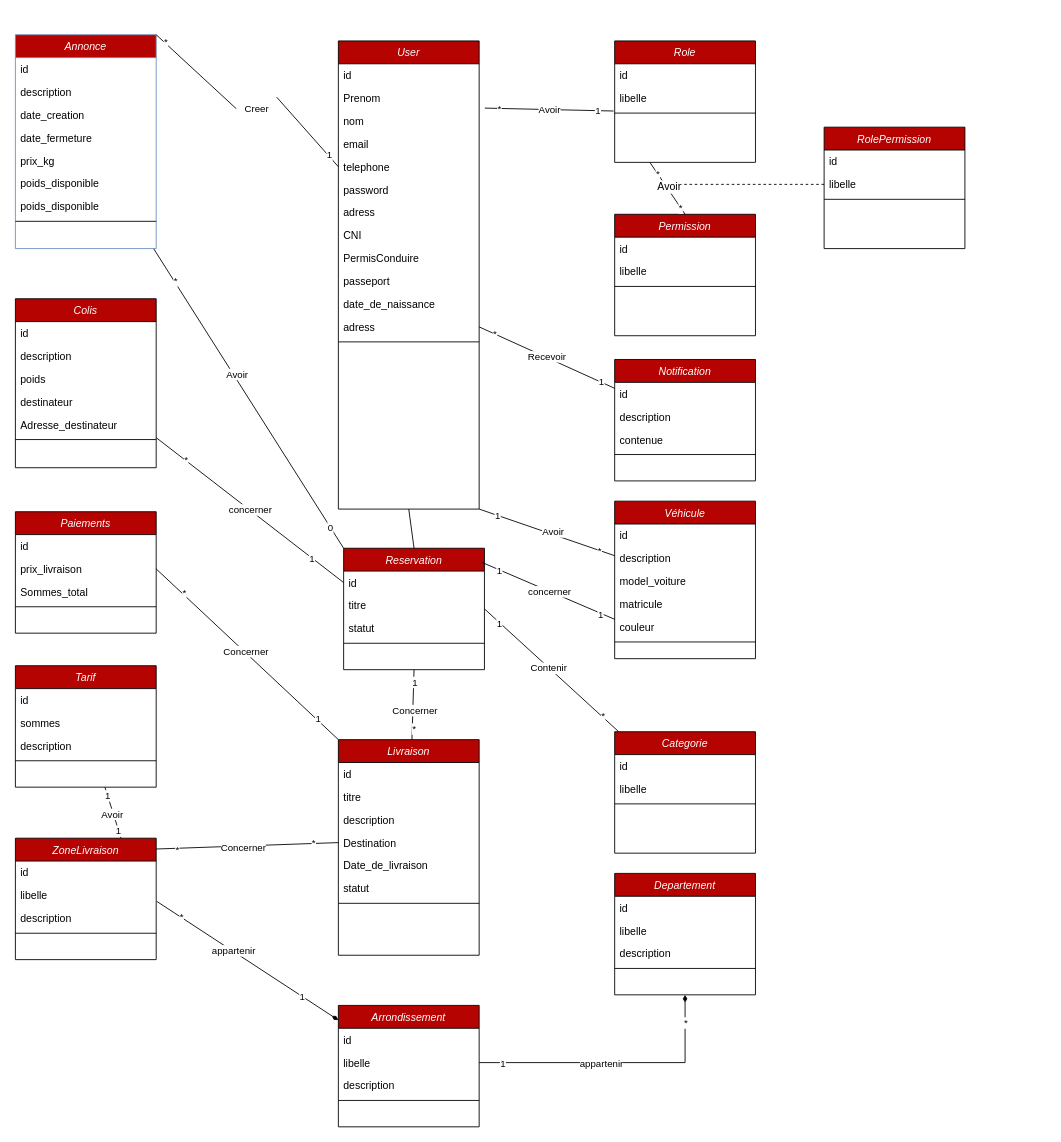
The draw.io diagram page "DiagrammeDeClasses" (1 of 6) of Diagramme sans nom.drawio in BounAbdallah/tuto, before the edit. Source tidied: cells renumbered, new cells numbered last; positions are measured from the earlier drawing's top-left corner, leaving out a move shared by most shapes. Both pictures are drawn from the tidied source at 88%, with x=0, y=0 at pixel (15, 34).
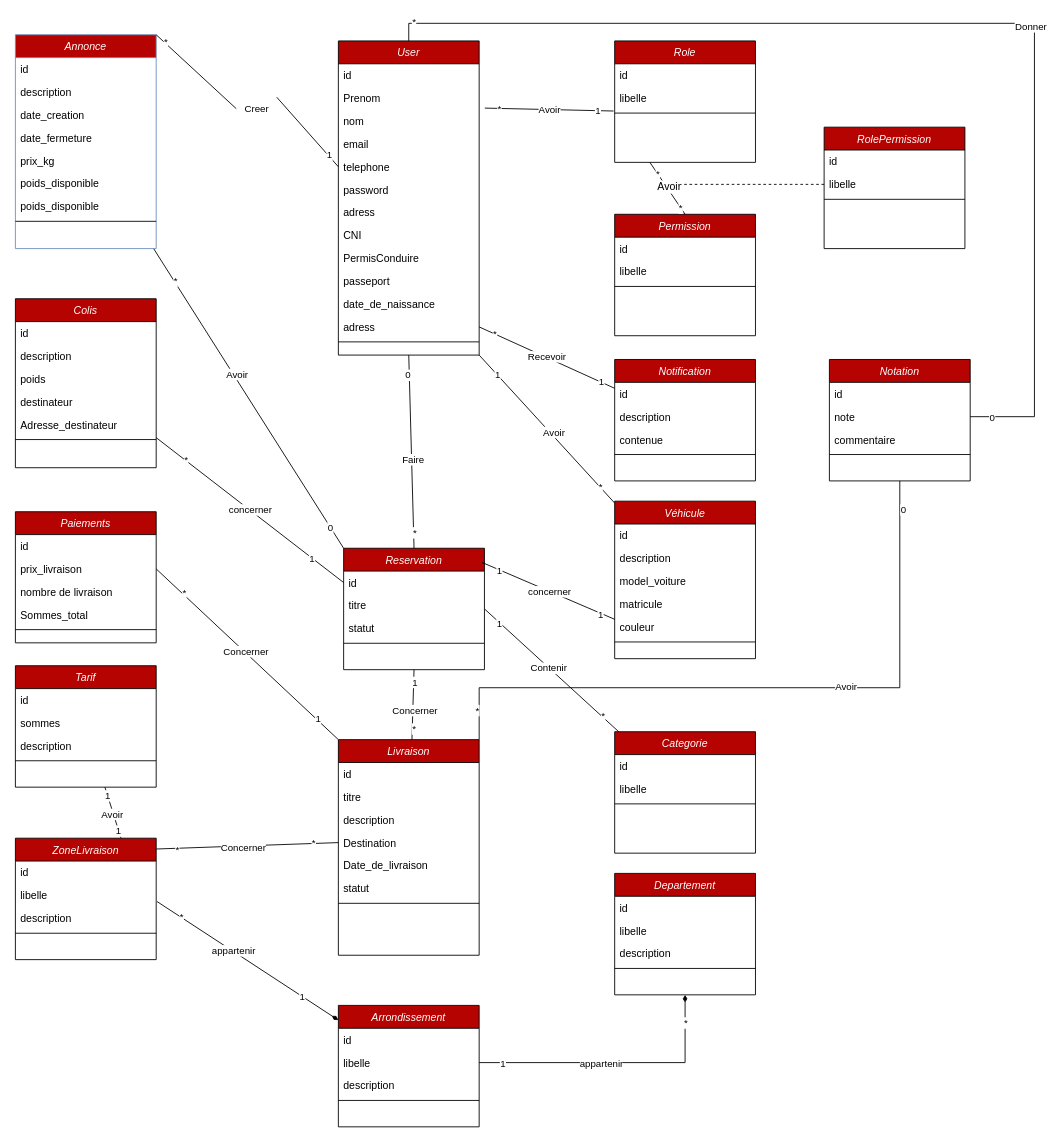
After the change.

The change refers to these unchanged cells:
```xml
<mxCell id="47" value="Livraison" style="swimlane;fontStyle=2;align=center;verticalAlign=top;horizontal=1;startSize=26;rounded=0;shadow=0;strokeWidth=1;fillColor=#B50302;fontColor=#FFFFFF;" parent="1" vertex="1">
  <mxGeometry x="367" y="801" width="160" height="245" as="geometry" />
</mxCell>
<mxCell id="81" style="rounded=0;jettySize=auto;html=1;exitX=0.5;exitY=1;exitDx=0;exitDy=0;entryX=0.5;entryY=0;entryDx=0;entryDy=0;endArrow=none;endFill=0;" parent="1" edge="1" source="82" target="55">
  <mxGeometry relative="1" as="geometry" />
</mxCell>
```

The edit, as a diff of the source:
```diff
@@
     <mxCell id="29" value="Paiements" style="swimlane;fontStyle=2;align=center;verticalAlign=top;horizontal=1;startSize=26;rounded=0;shadow=0;strokeWidth=1;fillColor=#B50302;fontColor=#FFFFFF;" parent="1" vertex="1">
-      <mxGeometry y="542" width="160" height="138" as="geometry" />
+      <mxGeometry y="542" width="160" height="149" as="geometry" />
     </mxCell>
@@
-    <mxCell id="32" value="Sommes_total" style="text;align=left;verticalAlign=top;spacingLeft=4;spacingRight=4;overflow=hidden;rounded=0;shadow=0;html=0;" parent="29" vertex="1">
+    <mxCell id="32" value="nombre de livraison" style="text;align=left;verticalAlign=top;spacingLeft=4;spacingRight=4;overflow=hidden;rounded=0;shadow=0;html=0;" parent="29" vertex="1">
       <mxGeometry y="78" width="160" height="26" as="geometry" />
     </mxCell>
+    <mxCell id="159" value="Sommes_total" style="text;align=left;verticalAlign=top;spacingLeft=4;spacingRight=4;overflow=hidden;rounded=0;shadow=0;html=0;" parent="29" vertex="1">
+      <mxGeometry y="104" width="160" height="26" as="geometry" />
+    </mxCell>
     <mxCell id="33" style="line;html=1;strokeWidth=1;align=left;verticalAlign=middle;spacingTop=-1;spacingLeft=3;spacingRight=3;labelPosition=right;" parent="29" vertex="1">
-      <mxGeometry y="104" width="160" height="8" as="geometry" />
+      <mxGeometry y="130" width="160" height="8" as="geometry" />
     </mxCell>
@@
+    <mxCell id="160" value="0" style="edgeLabel;html=1;align=center;verticalAlign=middle;" parent="81" vertex="1">
+      <mxGeometry x="-0.8" y="-2" relative="1" as="geometry" />
+    </mxCell>
+    <mxCell id="161" value="*" style="edgeLabel;html=1;align=center;verticalAlign=middle;" parent="81" vertex="1">
+      <mxGeometry x="0.84" y="1" relative="1" as="geometry" />
+    </mxCell>
+    <mxCell id="162" value="Faire" style="edgeLabel;html=1;align=center;verticalAlign=middle;" parent="81" vertex="1">
+      <mxGeometry x="0.08" y="1" relative="1" as="geometry" />
+    </mxCell>
     <mxCell id="82" value="User" style="swimlane;fontStyle=2;align=center;verticalAlign=top;horizontal=1;startSize=26;rounded=0;shadow=0;strokeWidth=1;fillColor=#B50302;fontColor=#FFFFFF;" parent="1" vertex="1">
-      <mxGeometry x="367" y="7" width="160" height="532" as="geometry" />
+      <mxGeometry x="367" y="7" width="160" height="357" as="geometry" />
     </mxCell>
@@
+    <mxCell id="163" style="rounded=0;jettySize=auto;html=1;entryX=0.5;entryY=0;entryDx=0;entryDy=0;edgeStyle=orthogonalEdgeStyle;exitX=1;exitY=0.5;exitDx=0;exitDy=0;endArrow=none;endFill=0;" parent="1" edge="1" source="173" target="82">
+      <mxGeometry relative="1" as="geometry">
+        <Array as="points">
+          <mxPoint x="1158" y="434" />
+          <mxPoint x="1158" y="-13" />
+          <mxPoint x="447" y="-13" />
+        </Array>
+      </mxGeometry>
+    </mxCell>
+    <mxCell id="164" value="Donner" style="edgeLabel;html=1;align=center;verticalAlign=middle;" parent="163" vertex="1">
+      <mxGeometry x="-0.16" y="3" relative="1" as="geometry" />
+    </mxCell>
+    <mxCell id="165" value="0" style="edgeLabel;html=1;align=center;verticalAlign=middle;" parent="163" vertex="1">
+      <mxGeometry x="-0.96" relative="1" as="geometry">
+        <mxPoint x="-1" as="offset" />
+      </mxGeometry>
+    </mxCell>
+    <mxCell id="166" value="*" style="edgeLabel;html=1;align=center;verticalAlign=middle;" parent="163" vertex="1">
+      <mxGeometry x="0.96" y="-3" relative="1" as="geometry" />
+    </mxCell>
+    <mxCell id="167" style="rounded=0;jettySize=auto;html=1;exitX=0.5;exitY=1;exitDx=0;exitDy=0;entryX=1;entryY=0;entryDx=0;entryDy=0;edgeStyle=orthogonalEdgeStyle;endArrow=none;endFill=0;" parent="1" edge="1" source="171" target="47">
+      <mxGeometry relative="1" as="geometry">
+        <Array as="points">
+          <mxPoint x="1005" y="742" />
+          <mxPoint x="527" y="742" />
+        </Array>
+      </mxGeometry>
+    </mxCell>
+    <mxCell id="168" value="Avoir" style="edgeLabel;html=1;align=center;verticalAlign=middle;" parent="167" vertex="1">
+      <mxGeometry x="-0.23" y="-2" relative="1" as="geometry" />
+    </mxCell>
+    <mxCell id="169" value="*" style="edgeLabel;html=1;align=center;verticalAlign=middle;" parent="167" vertex="1">
+      <mxGeometry x="0.91" y="-3" relative="1" as="geometry">
+        <mxPoint y="1" as="offset" />
+      </mxGeometry>
+    </mxCell>
+    <mxCell id="170" value="0" style="edgeLabel;html=1;align=center;verticalAlign=middle;" parent="167" vertex="1">
+      <mxGeometry x="-0.92" y="3" relative="1" as="geometry">
+        <mxPoint y="1" as="offset" />
+      </mxGeometry>
+    </mxCell>
+    <mxCell id="171" value="Notation" style="swimlane;fontStyle=2;align=center;verticalAlign=top;horizontal=1;startSize=26;rounded=0;shadow=0;strokeWidth=1;fillColor=#B50302;fontColor=#FFFFFF;" parent="1" vertex="1">
+      <mxGeometry x="925" y="369" width="160" height="138" as="geometry" />
+    </mxCell>
+    <mxCell id="172" value="id" style="text;align=left;verticalAlign=top;spacingLeft=4;spacingRight=4;overflow=hidden;" parent="171" vertex="1">
+      <mxGeometry y="26" width="160" height="26" as="geometry" />
+    </mxCell>
+    <mxCell id="173" value="note" style="text;align=left;verticalAlign=top;spacingLeft=4;spacingRight=4;overflow=hidden;points=[[0,0.5],[1,0.5]];portConstraint=eastwest;rounded=0;shadow=0;html=0;" parent="171" vertex="1">
+      <mxGeometry y="52" width="160" height="26" as="geometry" />
+    </mxCell>
+    <mxCell id="174" value="commentaire" style="text;align=left;verticalAlign=top;spacingLeft=4;spacingRight=4;overflow=hidden;rounded=0;shadow=0;html=0;" parent="171" vertex="1">
+      <mxGeometry y="78" width="160" height="26" as="geometry" />
+    </mxCell>
+    <mxCell id="175" style="line;html=1;strokeWidth=1;align=left;verticalAlign=middle;spacingTop=-1;spacingLeft=3;spacingRight=3;labelPosition=right;" parent="171" vertex="1">
+      <mxGeometry y="104" width="160" height="8" as="geometry" />
+    </mxCell>
```
